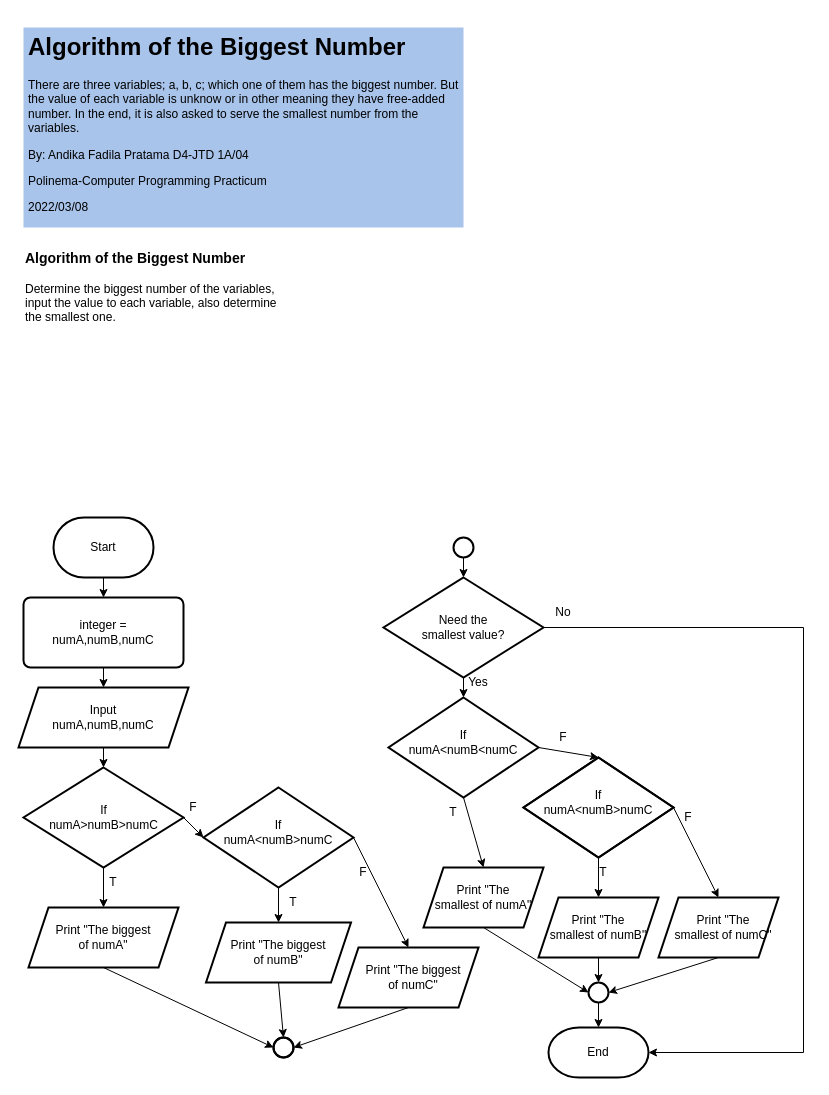
Earlier version of the draw.io diagram Algorithm of the Biggest Number.drawio (troders34/troders34). Source tidied: cells renumbered, new cells numbered last; positions are measured from the earlier drawing's top-left corner, leaving out a move shared by most shapes. Both pictures are drawn from the tidied source at 100%, with x=0, y=0 at pixel (18, 27).
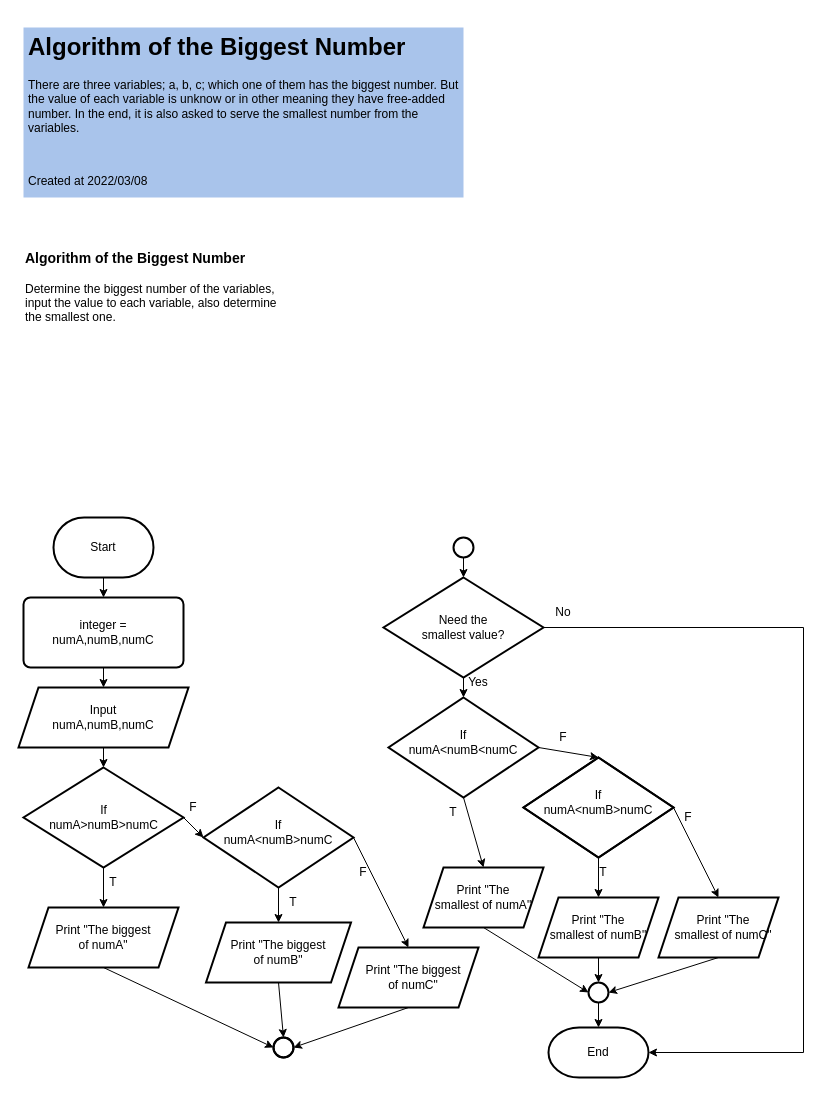
The same diagram, later.

Diff of the diagram source:
```diff
@@
-    <mxCell id="6" value="&lt;h1&gt;Algorithm of the Biggest Number&lt;br&gt;&lt;/h1&gt;&lt;p&gt;There are three variables; a, b, c; which one of them has the biggest number. But the value of each variable is unknow or in other meaning they have free-added number. In the end, it is also asked to serve the smallest number from the variables.&lt;/p&gt;&lt;p&gt;By: Andika Fadila Pratama D4-JTD 1A/04&lt;/p&gt;&lt;p&gt;Polinema-Computer Programming Practicum&lt;/p&gt;&lt;p&gt;2022/03/08&lt;br&gt;&lt;/p&gt;" style="text;html=1;strokeColor=none;fillColor=#A9C4EB;spacing=5;spacingTop=-20;whiteSpace=wrap;overflow=hidden;rounded=0;" parent="1" vertex="1">
-      <mxGeometry x="5" width="440" height="200" as="geometry" />
+    <mxCell id="6" value="&lt;h1&gt;Algorithm of the Biggest Number&lt;br&gt;&lt;/h1&gt;&lt;p&gt;There are three variables; a, b, c; which one of them has the biggest number. But the value of each variable is unknow or in other meaning they have free-added number. In the end, it is also asked to serve the smallest number from the variables.&lt;/p&gt;&lt;br&gt;&lt;p&gt;Created at 2022/03/08&lt;br&gt;&lt;/p&gt;" style="text;html=1;strokeColor=none;fillColor=#A9C4EB;spacing=5;spacingTop=-20;whiteSpace=wrap;overflow=hidden;rounded=0;" parent="1" vertex="1">
+      <mxGeometry x="5" width="440" height="170" as="geometry" />
     </mxCell>
```
